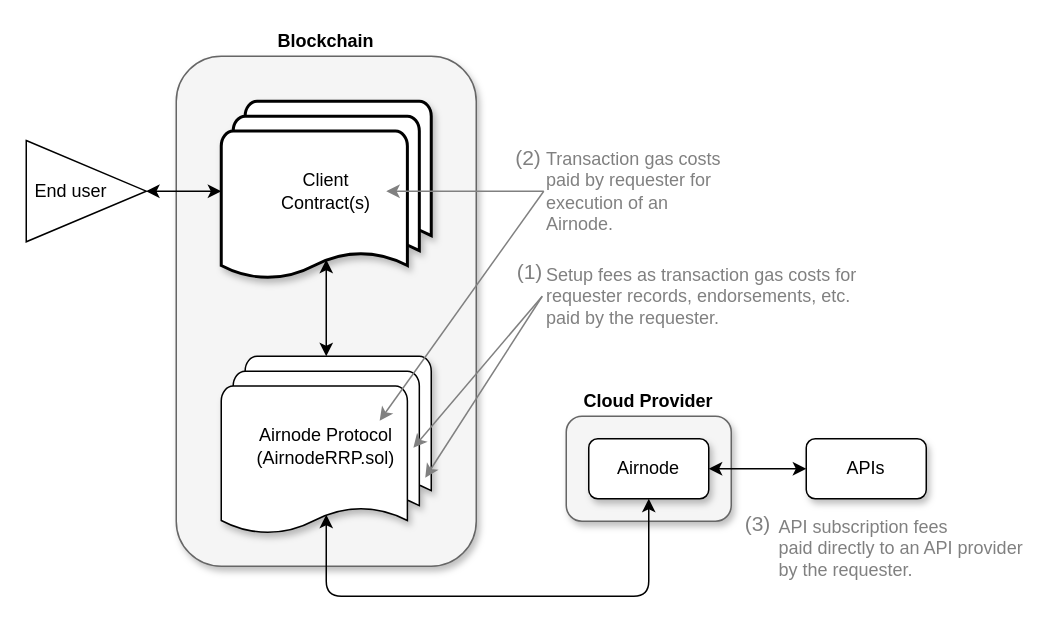
Earlier version of the draw.io diagram docs/next/assets/diagrams/fees-requester.drawio (api3dao/old-api3-docs). Source tidied: cells renumbered, new cells numbered last; positions are measured from the earlier drawing's top-left corner, leaving out a move shared by most shapes. Both pictures are drawn from the tidied source at 150%, with x=0, y=0 at pixel (26, 26).
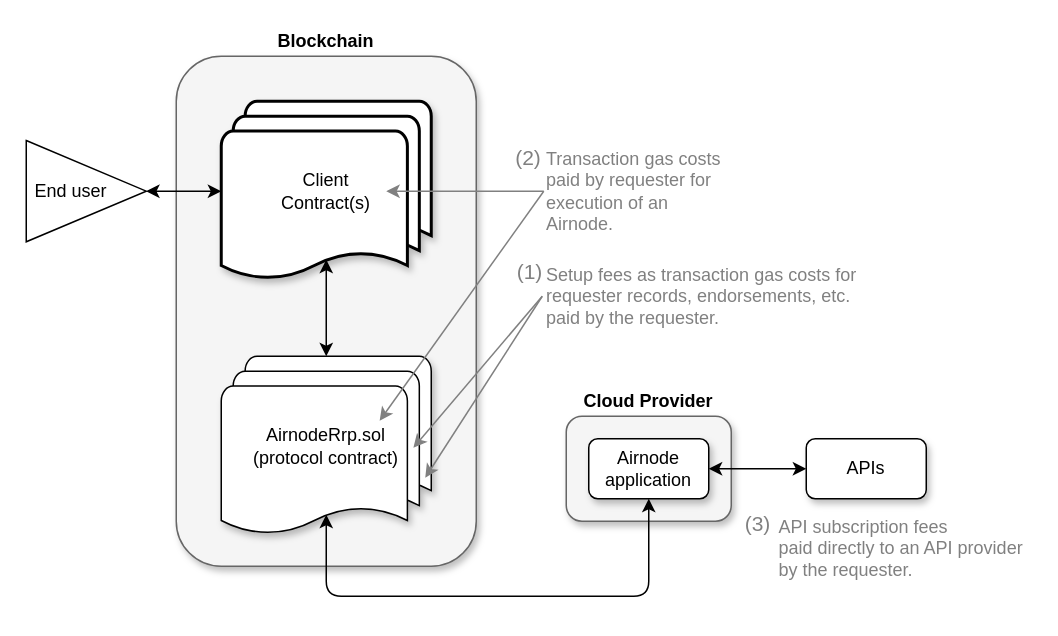
The same diagram, later.

What changed in the source:
```diff
@@
-    <mxCell id="7" value="Airnode Protocol&lt;br&gt;(AirnodeRRP.sol)" style="strokeWidth=1;html=1;shape=mxgraph.flowchart.multi-document;whiteSpace=wrap;shadow=1;" parent="1" vertex="1">
+    <mxCell id="7" value="AirnodeRrp.sol&lt;br&gt;(protocol contract)" style="strokeWidth=1;html=1;shape=mxgraph.flowchart.multi-document;whiteSpace=wrap;shadow=1;" parent="1" vertex="1">
       <mxGeometry x="130" y="220" width="140" height="120" as="geometry" />
     </mxCell>
@@
-    <mxCell id="11" value="Airnode" style="rounded=1;whiteSpace=wrap;html=1;shadow=1;" parent="1" vertex="1">
+    <mxCell id="11" value="Airnode&lt;br&gt;application" style="rounded=1;whiteSpace=wrap;html=1;shadow=1;" parent="1" vertex="1">
       <mxGeometry x="375" y="275" width="80" height="40" as="geometry" />
     </mxCell>
```
